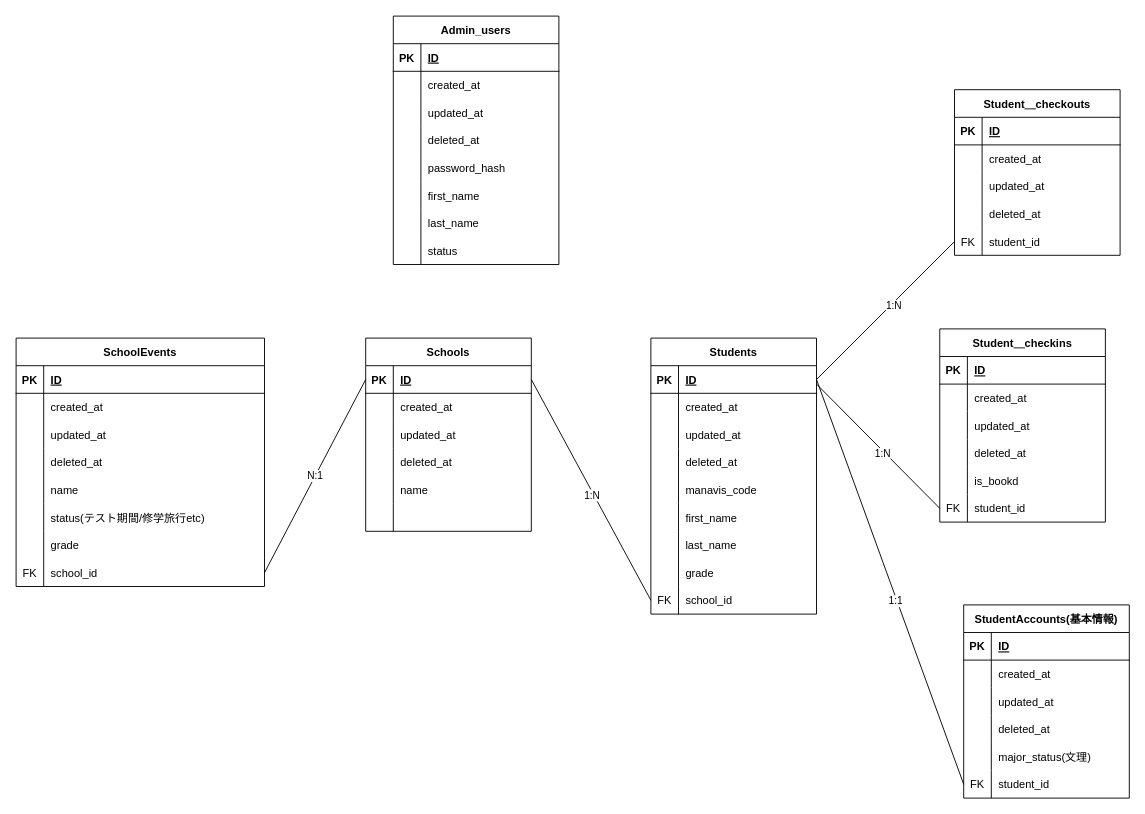
Before: db/ER.dio in enomoto11/hellovis, a draw.io diagram. Source tidied: cells renumbered, new cells numbered last; positions are measured from the earlier drawing's top-left corner, leaving out a move shared by most shapes. Both pictures are drawn from the tidied source at 92%, with x=0, y=0 at pixel (16, 16).
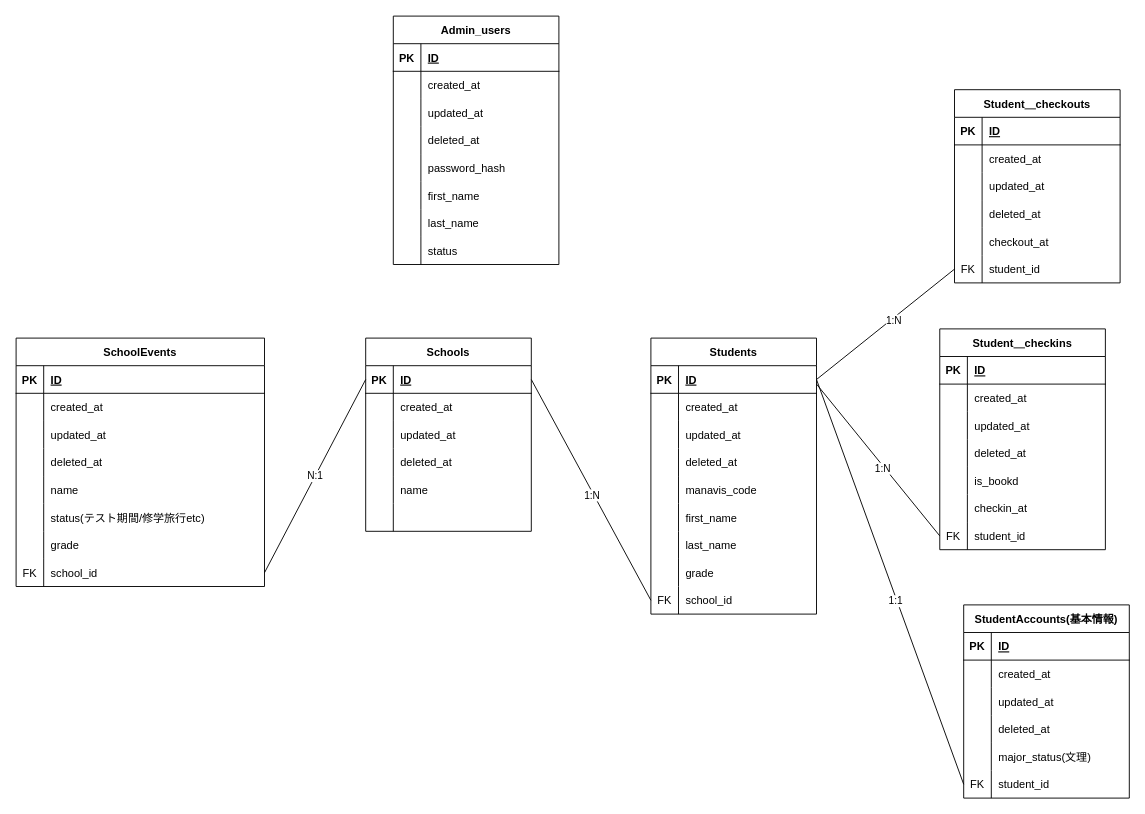
The same page after the edit.

The edit, as a diff of the source:
```diff
@@
     <mxCell id="98" value="Student＿checkins" style="shape=table;startSize=30;childLayout=tableLayout;rowLines=0;fontStyle=1;align=center;" parent="1" vertex="1">
-      <mxGeometry x="1004" y="340" width="180" height="210" as="geometry" />
+      <mxGeometry x="1004" y="340" width="180" height="240" as="geometry" />
     </mxCell>
@@
+    <mxCell id="162" style="shape=tableRow;horizontal=0;startSize=0;swimlaneHead=0;swimlaneBody=0;fillColor=none;top=0;left=0;right=0;bottom=0;" parent="98" vertex="1">
+      <mxGeometry y="180" width="180" height="30" as="geometry" />
+    </mxCell>
+    <mxCell id="163" style="shape=partialRectangle;fillColor=none;top=0;left=0;bottom=0;right=0;overflow=hidden;" parent="162" vertex="1">
+      <mxGeometry width="30" height="30" as="geometry" />
+    </mxCell>
+    <mxCell id="164" value="checkin_at" style="shape=partialRectangle;fillColor=none;top=0;left=0;bottom=0;right=0;align=left;spacingLeft=6;overflow=hidden;" parent="162" vertex="1">
+      <mxGeometry x="30" width="150" height="30" as="geometry" />
+    </mxCell>
     <mxCell id="114" style="shape=tableRow;horizontal=0;startSize=0;swimlaneHead=0;swimlaneBody=0;fillColor=none;points=[[0,0.5],[1,0.5]];portConstraint=eastwest;top=0;left=0;right=0;bottom=0;" parent="98" vertex="1">
-      <mxGeometry y="180" width="180" height="30" as="geometry" />
+      <mxGeometry y="210" width="180" height="30" as="geometry" />
     </mxCell>
@@
     <mxCell id="117" value="Student＿checkouts" style="shape=table;startSize=30;childLayout=tableLayout;rowLines=0;fontStyle=1;align=center;" parent="1" vertex="1">
-      <mxGeometry x="1020" y="80" width="180" height="180" as="geometry" />
+      <mxGeometry x="1020" y="80" width="180" height="210" as="geometry" />
     </mxCell>
@@
+    <mxCell id="165" style="shape=tableRow;horizontal=0;startSize=0;swimlaneHead=0;swimlaneBody=0;fillColor=none;top=0;left=0;right=0;bottom=0;" parent="117" vertex="1">
+      <mxGeometry y="150" width="180" height="30" as="geometry" />
+    </mxCell>
+    <mxCell id="166" style="shape=partialRectangle;fillColor=none;top=0;left=0;bottom=0;right=0;overflow=hidden;" parent="165" vertex="1">
+      <mxGeometry width="30" height="30" as="geometry" />
+    </mxCell>
+    <mxCell id="167" value="checkout_at" style="shape=partialRectangle;fillColor=none;top=0;left=0;bottom=0;right=0;align=left;spacingLeft=6;overflow=hidden;" parent="165" vertex="1">
+      <mxGeometry x="30" width="150" height="30" as="geometry" />
+    </mxCell>
     <mxCell id="130" style="shape=tableRow;horizontal=0;startSize=0;swimlaneHead=0;swimlaneBody=0;fillColor=none;points=[[0,0.5],[1,0.5]];portConstraint=eastwest;top=0;left=0;right=0;bottom=0;" parent="117" vertex="1">
-      <mxGeometry y="150" width="180" height="30" as="geometry" />
+      <mxGeometry y="180" width="180" height="30" as="geometry" />
     </mxCell>
```
